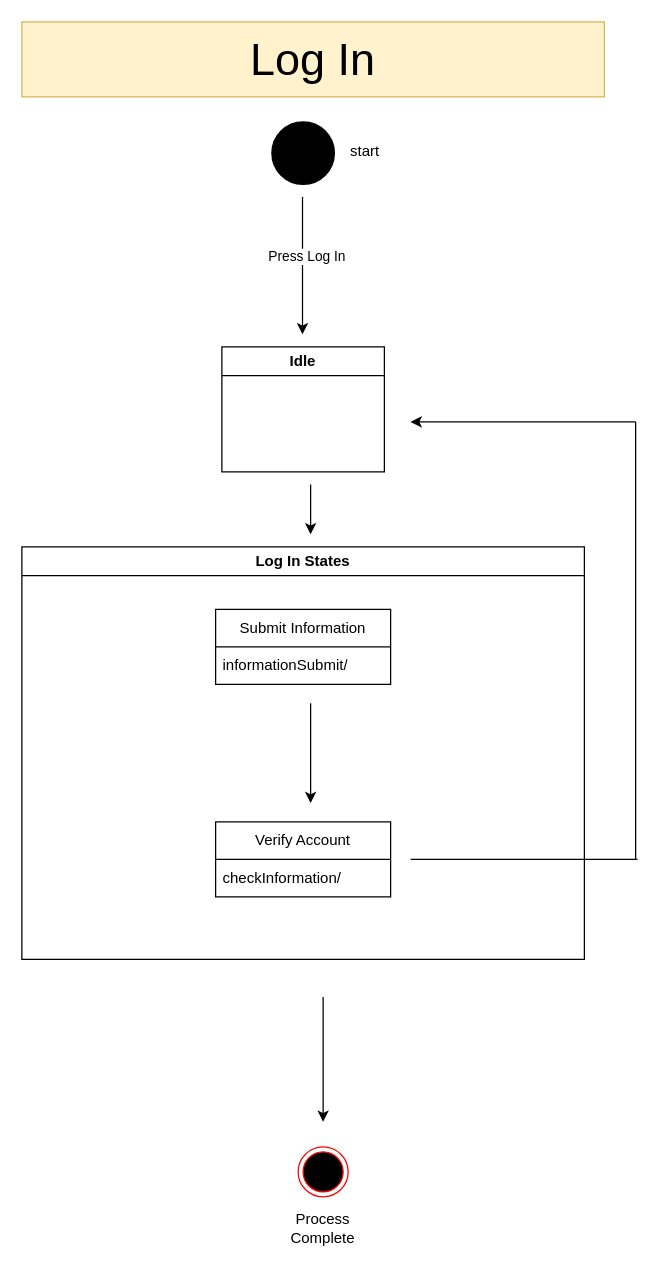
The draw.io diagram page "Log In" (2 of 6) of Models/State Machine Diagram.drawio in ParkinnAuto/StudyMate, before the edit. Source tidied: cells renumbered, new cells numbered last; positions are measured from the earlier drawing's top-left corner, leaving out a move shared by most shapes. Both pictures are drawn from the tidied source at 125%, with x=0, y=0 at pixel (21, 21).
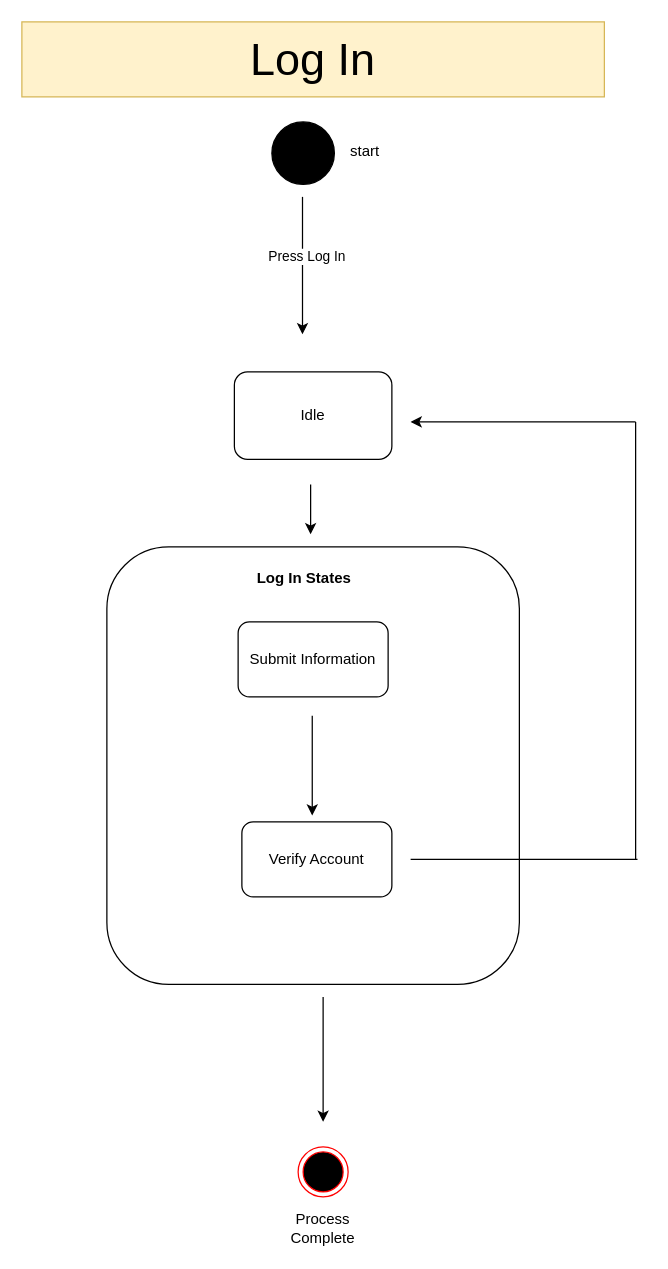
The same diagram, later.

What changed in the source:
```diff
@@
-    <mxCell id="6" value="Log In States" style="swimlane;whiteSpace=wrap;html=1;" parent="1" vertex="1">
-      <mxGeometry y="420" width="450" height="330" as="geometry" />
-    </mxCell>
-    <mxCell id="7" style="endArrow=classic;html=1;rounded=0;" parent="6" edge="1">
-      <mxGeometry relative="1" as="geometry">
-        <mxPoint x="231" y="125" as="sourcePoint" />
-        <mxPoint x="231" y="205" as="targetPoint" />
-      </mxGeometry>
-    </mxCell>
-    <mxCell id="8" value="Submit Information" style="swimlane;fontStyle=0;horizontal=1;startSize=30;whiteSpace=wrap;html=1;" parent="6" vertex="1">
-      <mxGeometry x="155" y="50" width="140" height="60" as="geometry" />
-    </mxCell>
-    <mxCell id="9" value="informationSubmit/" style="text;strokeColor=none;fillColor=none;align=left;verticalAlign=middle;spacingLeft=4;spacingRight=4;overflow=hidden;whiteSpace=wrap;html=1;" parent="8" vertex="1">
-      <mxGeometry y="30" width="140" height="30" as="geometry" />
-    </mxCell>
-    <mxCell id="10" value="Verify Account" style="swimlane;fontStyle=0;horizontal=1;startSize=30;whiteSpace=wrap;html=1;" parent="6" vertex="1">
-      <mxGeometry x="155" y="220" width="140" height="60" as="geometry" />
-    </mxCell>
-    <mxCell id="11" value="checkInformation/" style="text;strokeColor=none;fillColor=none;align=left;verticalAlign=middle;spacingLeft=4;spacingRight=4;overflow=hidden;whiteSpace=wrap;html=1;" parent="10" vertex="1">
-      <mxGeometry y="30" width="140" height="30" as="geometry" />
-    </mxCell>
-    <mxCell id="12" style="endArrow=none;html=1;rounded=0;" parent="6" edge="1">
-      <mxGeometry relative="1" as="geometry">
-        <mxPoint x="311" y="250" as="sourcePoint" />
-        <mxPoint x="492.5" y="250" as="targetPoint" />
-      </mxGeometry>
-    </mxCell>
@@
-    <mxCell id="14" value="Idle" style="swimlane;whiteSpace=wrap;html=1;" parent="1" vertex="1">
-      <mxGeometry x="160" y="260" width="130" height="100" as="geometry" />
-    </mxCell>
@@
+    <mxCell id="14" value="Idle" style="rounded=1;whiteSpace=wrap;html=1;" parent="1" vertex="1">
+      <mxGeometry x="170" y="280" width="126" height="70" as="geometry" />
+    </mxCell>
+    <mxCell id="21" style="rounded=1;whiteSpace=wrap;html=1;" parent="1" vertex="1">
+      <mxGeometry x="68" y="420" width="330" height="350" as="geometry" />
+    </mxCell>
+    <mxCell id="6" value="&lt;span style=&quot;font-weight: 700;&quot;&gt;Log In States&lt;/span&gt;" style="text;html=1;align=center;verticalAlign=middle;whiteSpace=wrap;rounded=0;" parent="1" vertex="1">
+      <mxGeometry x="161" y="430" width="130" height="30" as="geometry" />
+    </mxCell>
+    <mxCell id="8" value="Submit Information" style="rounded=1;whiteSpace=wrap;html=1;" parent="1" vertex="1">
+      <mxGeometry x="173" y="480" width="120" height="60" as="geometry" />
+    </mxCell>
+    <mxCell id="22" style="endArrow=classic;html=1;rounded=0;" parent="1" edge="1">
+      <mxGeometry relative="1" as="geometry">
+        <mxPoint x="232.3" y="555" as="sourcePoint" />
+        <mxPoint x="232.3" y="635" as="targetPoint" />
+      </mxGeometry>
+    </mxCell>
+    <mxCell id="10" value="Verify Account" style="rounded=1;whiteSpace=wrap;html=1;" parent="1" vertex="1">
+      <mxGeometry x="176" y="640" width="120" height="60" as="geometry" />
+    </mxCell>
+    <mxCell id="23" style="endArrow=none;html=1;rounded=0;" parent="1" edge="1">
+      <mxGeometry relative="1" as="geometry">
+        <mxPoint x="311" y="670" as="sourcePoint" />
+        <mxPoint x="492.5" y="670" as="targetPoint" />
+      </mxGeometry>
+    </mxCell>
```
